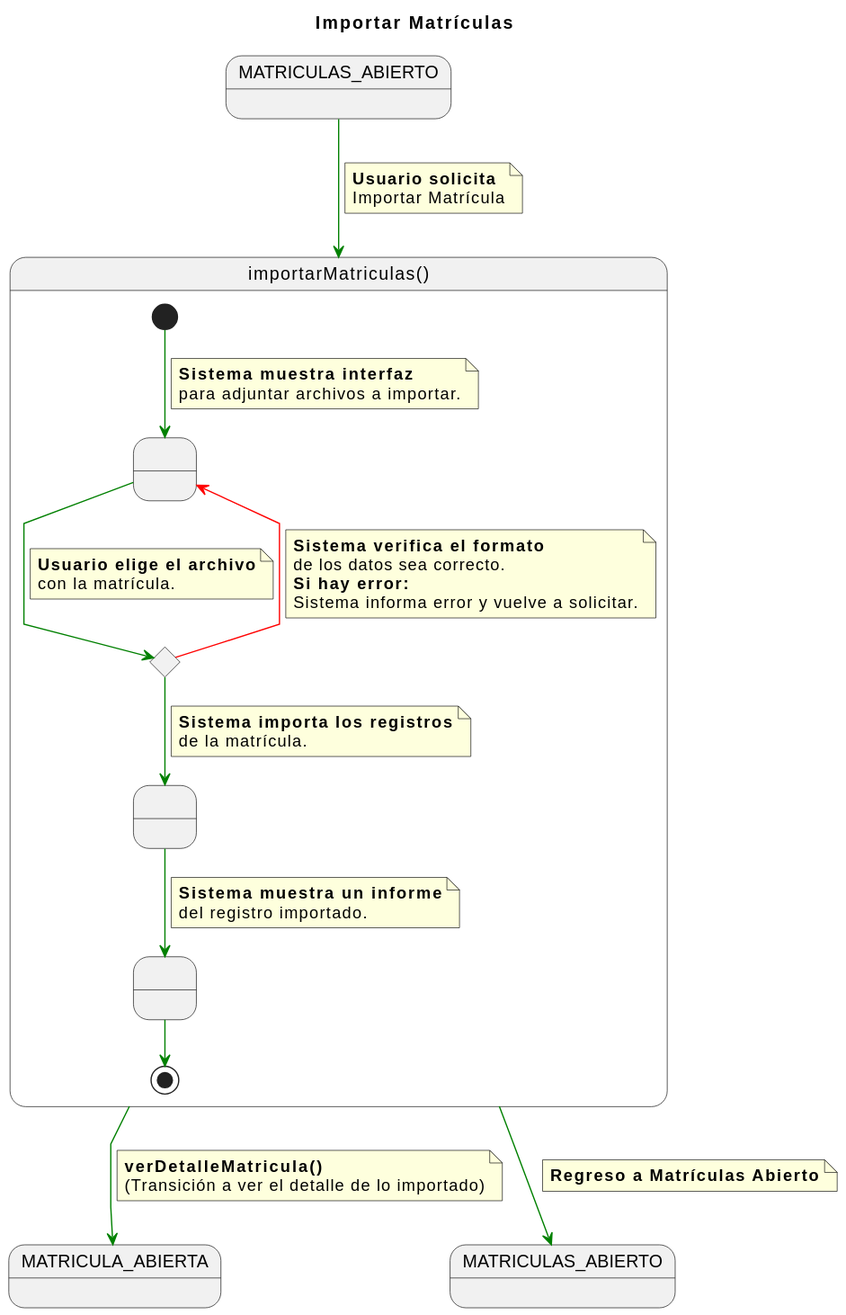
Before: documents/CasosDeUso/DetalladoCasosDeUso/Secretaria/importarMatriculas.svg, a diagram exported from PlantUML (enmabry/25-26-IdSw1-SdR).
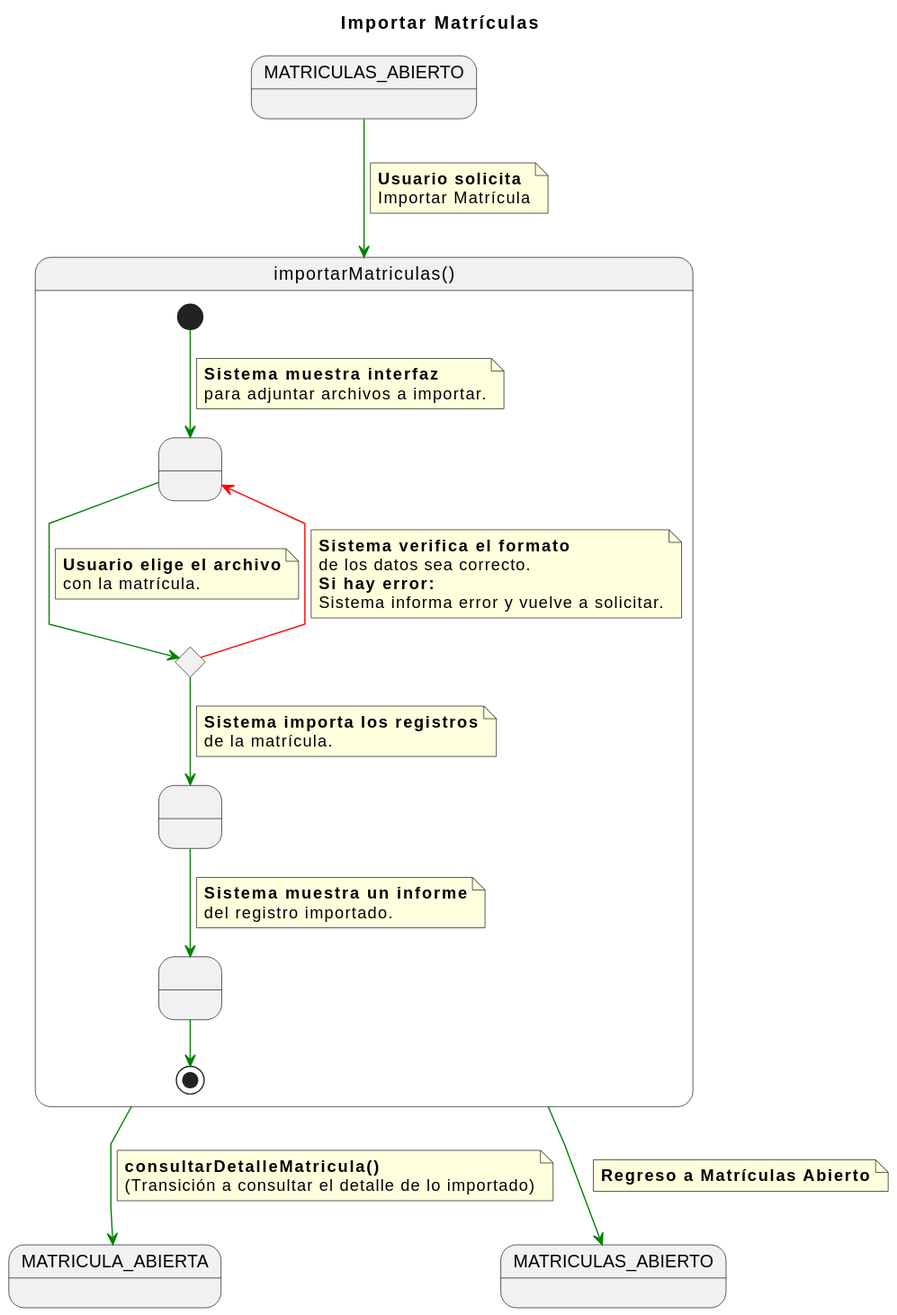
After the commit.

Commit message:
Correción a la terminología 'consultar' para consultar el detalle de una matrícula

Change to the diagram source:
```diff
@@ -59,8 +59,8 @@
 
 importarMatriculas -[#green]-> endState1
 note on link
-    <b>verDetalleMatricula()</b>
-    (Transición a ver el detalle de lo importado)
+    <b>consultarDetalleMatricula()</b>
+    (Transición a consultar el detalle de lo importado)
 end note
 
 importarMatriculas -[#green]-> endState2
```
